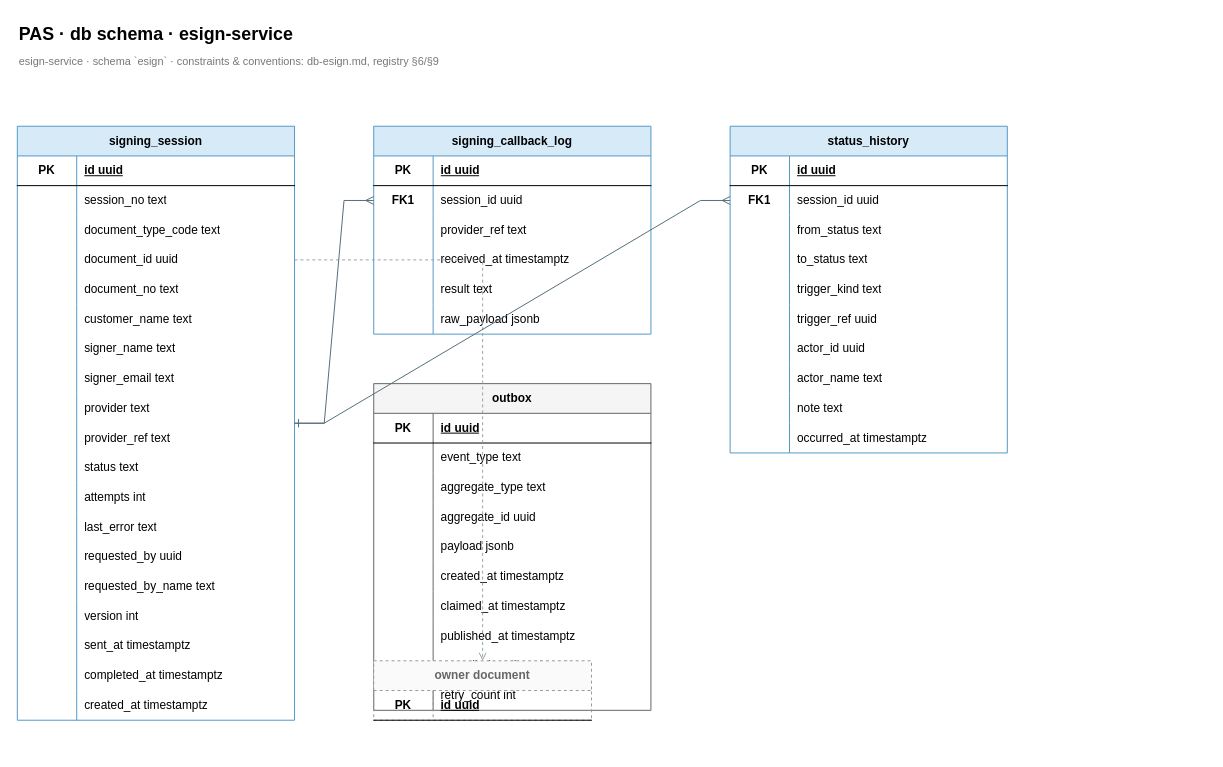
Above: docs/design/db/db-esign.drawio in luinor223/pas (draw.io), before the change. Source tidied: cells renumbered, new cells numbered last; positions are measured from the earlier drawing's top-left corner, leaving out a move shared by most shapes. Both pictures are drawn from the tidied source at 99%, with x=0, y=0 at pixel (17, 17).
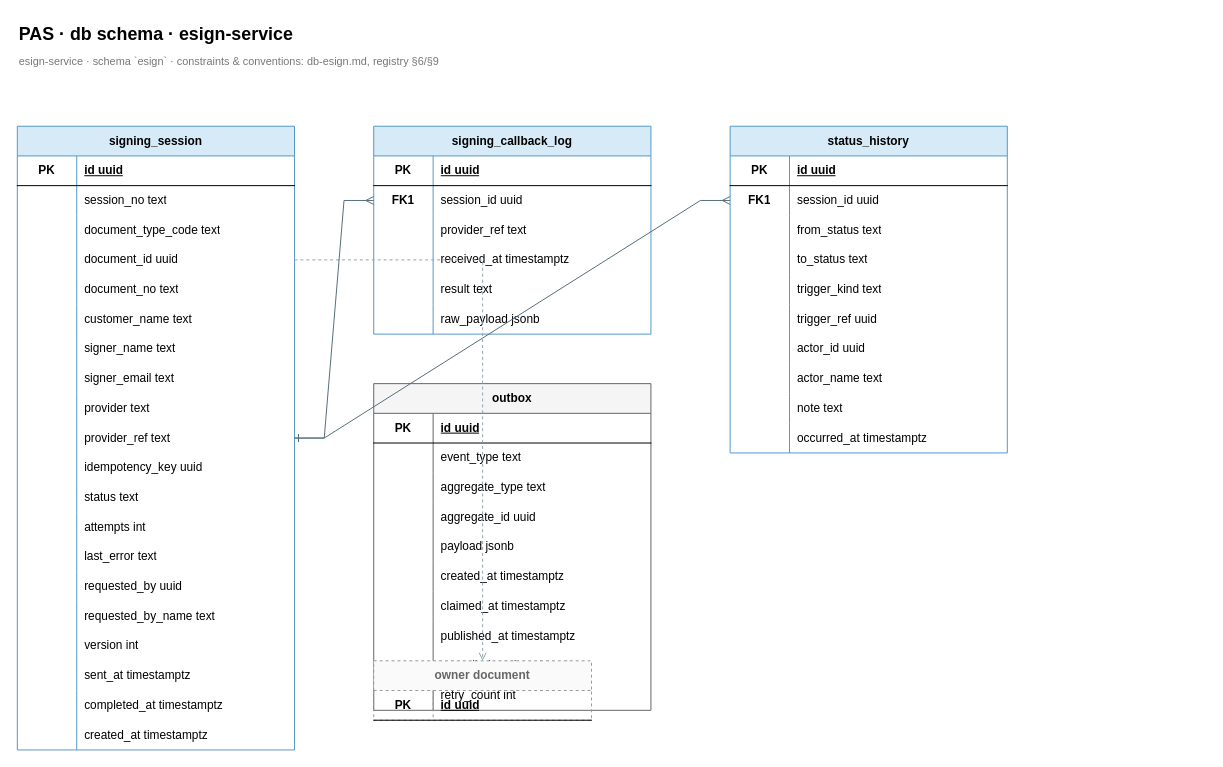
After the change.

Unchanged cells that the change refers to:
```xml
<mxCell id="35" style="shape=tableRow;horizontal=0;startSize=0;swimlaneHead=0;swimlaneBody=0;fillColor=none;top=0;left=0;right=0;bottom=0;html=1;" parent="4" vertex="1">
  <mxGeometry y="330" width="280" height="30" as="geometry" />
</mxCell>
<mxCell id="38" style="shape=tableRow;horizontal=0;startSize=0;swimlaneHead=0;swimlaneBody=0;fillColor=none;top=0;left=0;right=0;bottom=0;html=1;" parent="4" vertex="1">
  <mxGeometry y="360" width="280" height="30" as="geometry" />
</mxCell>
<mxCell id="41" style="shape=tableRow;horizontal=0;startSize=0;swimlaneHead=0;swimlaneBody=0;fillColor=none;top=0;left=0;right=0;bottom=0;html=1;" parent="4" vertex="1">
  <mxGeometry y="390" width="280" height="30" as="geometry" />
</mxCell>
<mxCell id="44" style="shape=tableRow;horizontal=0;startSize=0;swimlaneHead=0;swimlaneBody=0;fillColor=none;top=0;left=0;right=0;bottom=0;html=1;" parent="4" vertex="1">
  <mxGeometry y="420" width="280" height="30" as="geometry" />
</mxCell>
<mxCell id="47" style="shape=tableRow;horizontal=0;startSize=0;swimlaneHead=0;swimlaneBody=0;fillColor=none;top=0;left=0;right=0;bottom=0;html=1;" parent="4" vertex="1">
  <mxGeometry y="450" width="280" height="30" as="geometry" />
</mxCell>
<mxCell id="50" style="shape=tableRow;horizontal=0;startSize=0;swimlaneHead=0;swimlaneBody=0;fillColor=none;top=0;left=0;right=0;bottom=0;html=1;" parent="4" vertex="1">
  <mxGeometry y="480" width="280" height="30" as="geometry" />
</mxCell>
<mxCell id="53" style="shape=tableRow;horizontal=0;startSize=0;swimlaneHead=0;swimlaneBody=0;fillColor=none;top=0;left=0;right=0;bottom=0;html=1;" parent="4" vertex="1">
  <mxGeometry y="510" width="280" height="30" as="geometry" />
</mxCell>
<mxCell id="56" style="shape=tableRow;horizontal=0;startSize=0;swimlaneHead=0;swimlaneBody=0;fillColor=none;top=0;left=0;right=0;bottom=0;html=1;" parent="4" vertex="1">
  <mxGeometry y="540" width="280" height="30" as="geometry" />
</mxCell>
<mxCell id="59" style="shape=tableRow;horizontal=0;startSize=0;swimlaneHead=0;swimlaneBody=0;fillColor=none;top=0;left=0;right=0;bottom=0;html=1;" parent="4" vertex="1">
  <mxGeometry y="570" width="280" height="30" as="geometry" />
</mxCell>
```

Change to the diagram source:
```diff
@@
     <mxCell id="4" value="signing_session" style="shape=table;startSize=30;childLayout=tableLayout;rowLines=0;fontStyle=1;align=center;html=1;whiteSpace=wrap;fillColor=#d6eaf8;strokeColor=#5499c7;" parent="1" vertex="1">
-      <mxGeometry y="110" width="280" height="600" as="geometry" />
+      <mxGeometry y="110" width="280" height="630" as="geometry" />
     </mxCell>
@@
-    <mxCell id="37" value="status text" style="shape=partialRectangle;fillColor=none;top=0;left=0;bottom=0;right=0;align=left;spacingLeft=6;overflow=hidden;whiteSpace=wrap;html=1;" parent="35" vertex="1">
+    <mxCell id="37" value="idempotency_key uuid" style="shape=partialRectangle;fillColor=none;top=0;left=0;bottom=0;right=0;align=left;spacingLeft=6;overflow=hidden;whiteSpace=wrap;html=1;" parent="35" vertex="1">
       <mxGeometry x="60" width="220" height="30" as="geometry" />
     </mxCell>
@@
-    <mxCell id="40" value="attempts int" style="shape=partialRectangle;fillColor=none;top=0;left=0;bottom=0;right=0;align=left;spacingLeft=6;overflow=hidden;whiteSpace=wrap;html=1;" parent="38" vertex="1">
+    <mxCell id="40" value="status text" style="shape=partialRectangle;fillColor=none;top=0;left=0;bottom=0;right=0;align=left;spacingLeft=6;overflow=hidden;whiteSpace=wrap;html=1;" parent="38" vertex="1">
       <mxGeometry x="60" width="220" height="30" as="geometry" />
     </mxCell>
@@
-    <mxCell id="43" value="last_error text" style="shape=partialRectangle;fillColor=none;top=0;left=0;bottom=0;right=0;align=left;spacingLeft=6;overflow=hidden;whiteSpace=wrap;html=1;" parent="41" vertex="1">
+    <mxCell id="43" value="attempts int" style="shape=partialRectangle;fillColor=none;top=0;left=0;bottom=0;right=0;align=left;spacingLeft=6;overflow=hidden;whiteSpace=wrap;html=1;" parent="41" vertex="1">
       <mxGeometry x="60" width="220" height="30" as="geometry" />
     </mxCell>
@@
-    <mxCell id="46" value="requested_by uuid" style="shape=partialRectangle;fillColor=none;top=0;left=0;bottom=0;right=0;align=left;spacingLeft=6;overflow=hidden;whiteSpace=wrap;html=1;" parent="44" vertex="1">
+    <mxCell id="46" value="last_error text" style="shape=partialRectangle;fillColor=none;top=0;left=0;bottom=0;right=0;align=left;spacingLeft=6;overflow=hidden;whiteSpace=wrap;html=1;" parent="44" vertex="1">
       <mxGeometry x="60" width="220" height="30" as="geometry" />
     </mxCell>
@@
-    <mxCell id="49" value="requested_by_name text" style="shape=partialRectangle;fillColor=none;top=0;left=0;bottom=0;right=0;align=left;spacingLeft=6;overflow=hidden;whiteSpace=wrap;html=1;" parent="47" vertex="1">
+    <mxCell id="49" value="requested_by uuid" style="shape=partialRectangle;fillColor=none;top=0;left=0;bottom=0;right=0;align=left;spacingLeft=6;overflow=hidden;whiteSpace=wrap;html=1;" parent="47" vertex="1">
       <mxGeometry x="60" width="220" height="30" as="geometry" />
     </mxCell>
@@
-    <mxCell id="52" value="version int" style="shape=partialRectangle;fillColor=none;top=0;left=0;bottom=0;right=0;align=left;spacingLeft=6;overflow=hidden;whiteSpace=wrap;html=1;" parent="50" vertex="1">
+    <mxCell id="52" value="requested_by_name text" style="shape=partialRectangle;fillColor=none;top=0;left=0;bottom=0;right=0;align=left;spacingLeft=6;overflow=hidden;whiteSpace=wrap;html=1;" parent="50" vertex="1">
       <mxGeometry x="60" width="220" height="30" as="geometry" />
     </mxCell>
@@
-    <mxCell id="55" value="sent_at timestamptz" style="shape=partialRectangle;fillColor=none;top=0;left=0;bottom=0;right=0;align=left;spacingLeft=6;overflow=hidden;whiteSpace=wrap;html=1;" parent="53" vertex="1">
+    <mxCell id="55" value="version int" style="shape=partialRectangle;fillColor=none;top=0;left=0;bottom=0;right=0;align=left;spacingLeft=6;overflow=hidden;whiteSpace=wrap;html=1;" parent="53" vertex="1">
       <mxGeometry x="60" width="220" height="30" as="geometry" />
     </mxCell>
@@
-    <mxCell id="58" value="completed_at timestamptz" style="shape=partialRectangle;fillColor=none;top=0;left=0;bottom=0;right=0;align=left;spacingLeft=6;overflow=hidden;whiteSpace=wrap;html=1;" parent="56" vertex="1">
+    <mxCell id="58" value="sent_at timestamptz" style="shape=partialRectangle;fillColor=none;top=0;left=0;bottom=0;right=0;align=left;spacingLeft=6;overflow=hidden;whiteSpace=wrap;html=1;" parent="56" vertex="1">
       <mxGeometry x="60" width="220" height="30" as="geometry" />
     </mxCell>
@@
-    <mxCell id="61" value="created_at timestamptz" style="shape=partialRectangle;fillColor=none;top=0;left=0;bottom=0;right=0;align=left;spacingLeft=6;overflow=hidden;whiteSpace=wrap;html=1;" parent="59" vertex="1">
+    <mxCell id="61" value="completed_at timestamptz" style="shape=partialRectangle;fillColor=none;top=0;left=0;bottom=0;right=0;align=left;spacingLeft=6;overflow=hidden;whiteSpace=wrap;html=1;" parent="59" vertex="1">
       <mxGeometry x="60" width="220" height="30" as="geometry" />
     </mxCell>
+    <mxCell id="150" style="shape=tableRow;horizontal=0;startSize=0;swimlaneHead=0;swimlaneBody=0;fillColor=none;top=0;left=0;right=0;bottom=0;html=1;" parent="4" vertex="1">
+      <mxGeometry y="600" width="280" height="30" as="geometry" />
+    </mxCell>
+    <mxCell id="151" style="shape=partialRectangle;fillColor=none;top=0;left=0;bottom=0;right=0;fontStyle=1;overflow=hidden;whiteSpace=wrap;html=1;" parent="150" vertex="1">
+      <mxGeometry width="60" height="30" as="geometry" />
+    </mxCell>
+    <mxCell id="152" value="created_at timestamptz" style="shape=partialRectangle;fillColor=none;top=0;left=0;bottom=0;right=0;align=left;spacingLeft=6;overflow=hidden;whiteSpace=wrap;html=1;" parent="150" vertex="1">
+      <mxGeometry x="60" width="220" height="30" as="geometry" />
+    </mxCell>
```
